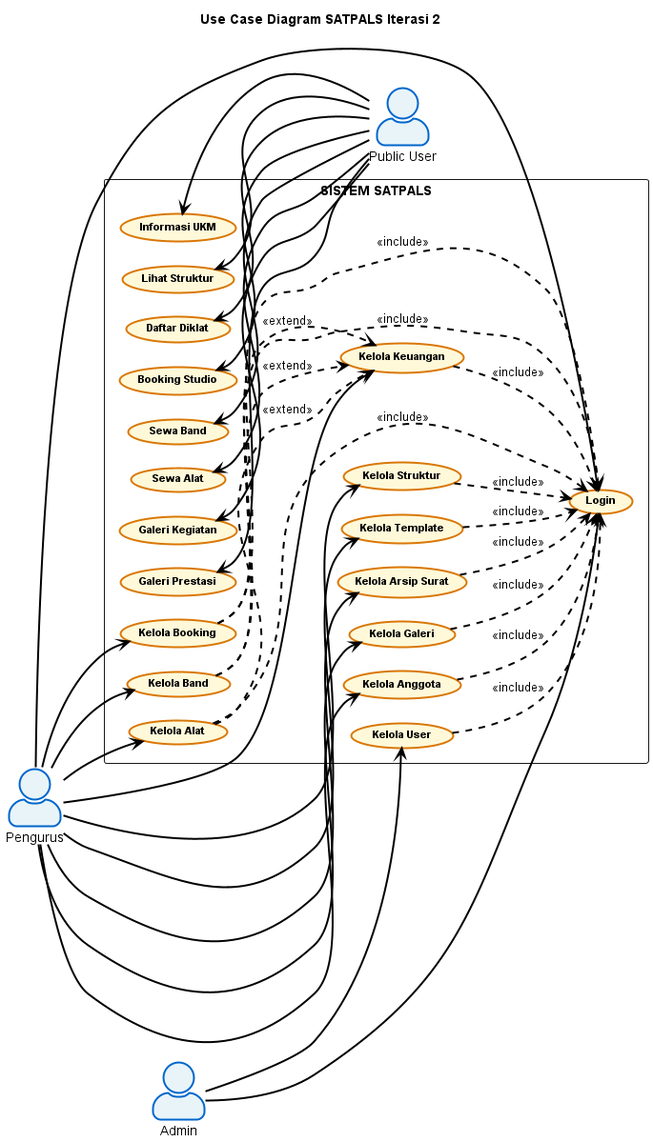
Above: out/docs/use-case-diagrams/SATPALS_UseCase_Iterasi2/SATPALS_UseCase_Iterasi2.png in RizkyFahrizal/satpals-project (PlantUML), before the change.
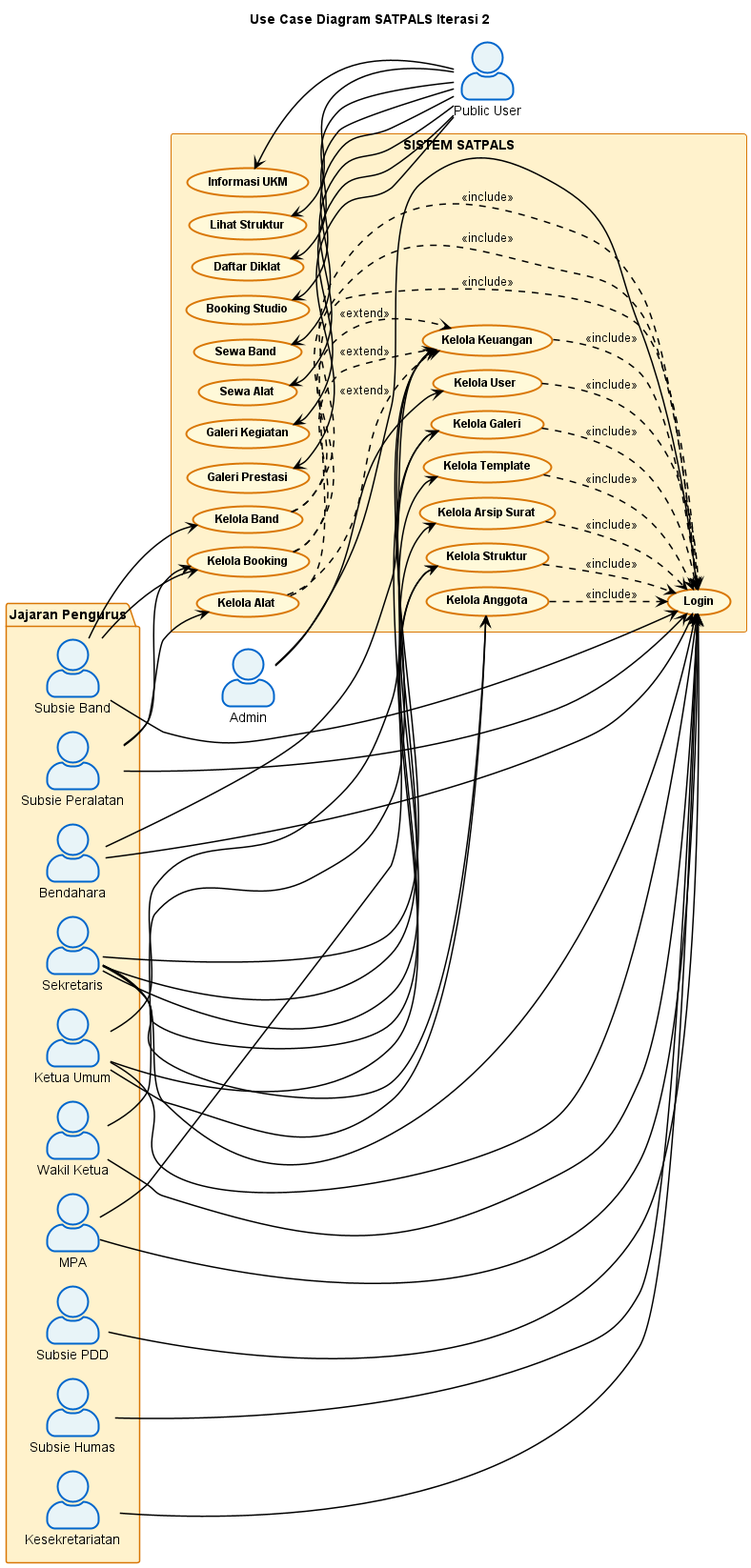
The same file after the commit.

Change to the diagram source:
```diff
@@ -4,21 +4,18 @@
 
 skinparam backgroundColor #FFFFFF
 skinparam actorStyle awesome
-skinparam nodesep 25
-skinparam ranksep 50
+skinparam nodesep 15
+skinparam ranksep 60
 skinparam shadowing false
 skinparam arrow {
     Color #000000
-    Thickness 2
-}
-skinparam arrowLollipop {
-    Color #000000
+    Thickness 1.5
 }
 skinparam usecase {
     BackgroundColor #FFF9D9
     BorderColor #D97706
     BorderThickness 2
-    FontSize 11
+    FontSize 12
     FontStyle bold
 }
 skinparam actor {
@@ -26,17 +23,33 @@
     BorderColor #0066CC
     BorderThickness 2
 }
+skinparam package {
+    BackgroundColor #FFF2CC
+    BorderColor #D97706
+}
 
 title Use Case Diagram SATPALS Iterasi 2
 
-actor "Pengurus" as Pengurus
 actor "Admin" as Admin
-actor "Public User" as PublicUser
+
+package "Jajaran Pengurus" {
+    actor "Ketua Umum" as KU
+    actor "Wakil Ketua" as WKU
+    actor "Sekretaris" as SEK
+    actor "Bendahara" as BEN
+    actor "Subsie Band" as CB
+    actor "Subsie Peralatan" as CP
+    actor "MPA" as MPA
+    actor "Subsie PDD" as CPD
+    actor "Subsie Humas" as CH
+    actor "Kesekretariatan" as CK
+}
 
 rectangle "SISTEM SATPALS" {
 
     (Login) as Login
 
+    (Kelola User) as KelolaUser
     (Kelola Anggota) as KelolaAnggota
     (Kelola Struktur) as KelolaStruktur
     (Kelola Template) as KelolaTemplate
@@ -46,7 +59,6 @@
     (Kelola Band) as KelolaBand
     (Kelola Alat) as KelolaAlat
     (Kelola Galeri) as KelolaGaleri
-    (Kelola User) as KelolaUser
 
     (Informasi UKM) as PublicInfo
     (Lihat Struktur) as LihatStruktur
@@ -58,19 +70,43 @@
     (Galeri Prestasi) as GaleriPrestasi
 }
 
-Pengurus --> Login
-Pengurus --> KelolaAnggota
-Pengurus --> KelolaStruktur
-Pengurus --> KelolaTemplate
-Pengurus --> KelolaArsip
-Pengurus --> KelolaKeuangan
-Pengurus --> KelolaBooking
-Pengurus --> KelolaBand
-Pengurus --> KelolaAlat
-Pengurus --> KelolaGaleri
+actor "Public User" as PublicUser
 
 Admin --> Login
 Admin --> KelolaUser
+
+KU --> Login
+WKU --> Login
+BEN --> Login
+SEK --> Login
+MPA --> Login
+CB --> Login
+CP --> Login
+CPD --> Login
+CH --> Login
+CK --> Login
+
+KU --> KelolaAnggota
+SEK --> KelolaAnggota
+
+KU --> KelolaStruktur
+SEK --> KelolaStruktur
+
+SEK --> KelolaTemplate
+SEK --> KelolaArsip
+
+BEN --> KelolaKeuangan
+KU --> KelolaKeuangan
+WKU --> KelolaKeuangan
+
+CB --> KelolaBooking
+CP --> KelolaBooking
+
+CB --> KelolaBand
+CP --> KelolaAlat
+
+MPA --> KelolaGaleri
+SEK --> KelolaGaleri
 
 PublicInfo <-- PublicUser
 LihatStruktur <-- PublicUser
```
